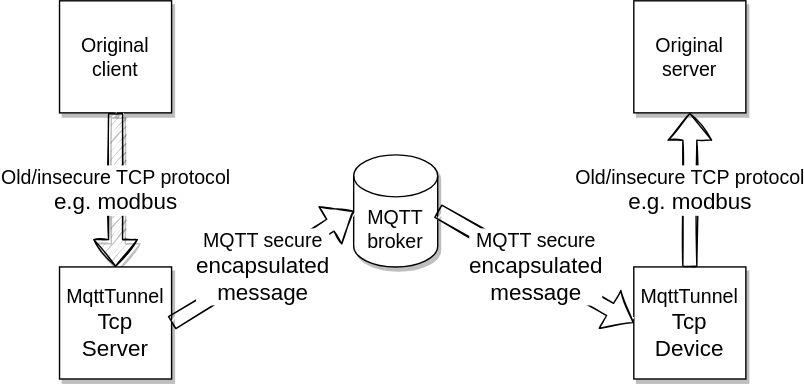
LorenzoRompianesi/mqttTunnelTcp keeps this draw.io diagram as doc/mqttTunnelTcpAfter.svg. Above is the earlier version. Source tidied: cells renumbered, new cells last; positions are measured from the earlier drawing's top-left corner, leaving out a move shared by most shapes.
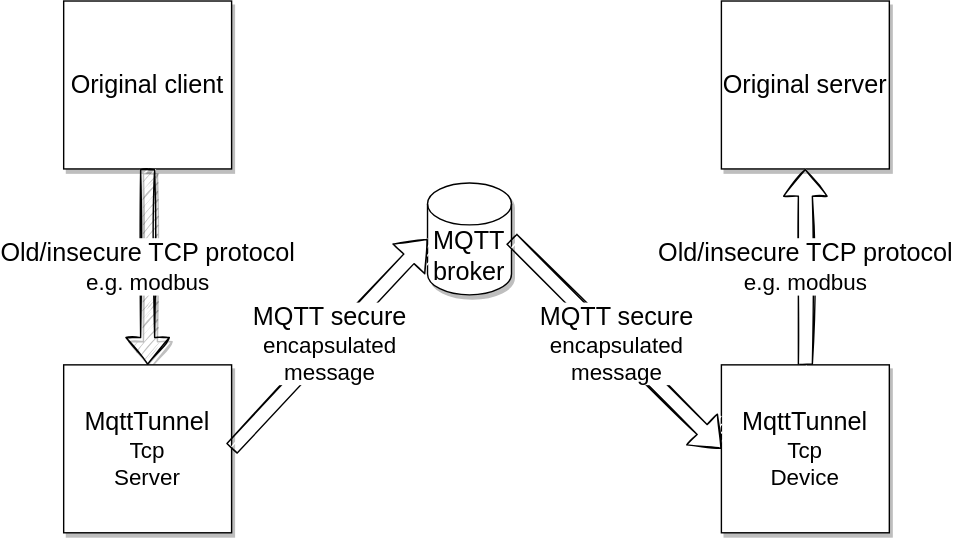
Above is the later version.

What changed in the source:
```diff
@@ -2,31 +2,31 @@
   <root>
     <mxCell id="0" />
     <mxCell id="1" parent="0" />
-    <mxCell id="2" value="&lt;div&gt;&lt;font style=&quot;font-size: 14px&quot;&gt;Original client&lt;/font&gt;&lt;/div&gt;" style="whiteSpace=wrap;html=1;shadow=1;" parent="1" vertex="1">
-      <mxGeometry width="80" height="80" as="geometry" />
+    <mxCell id="2" value="&lt;div&gt;&lt;font style=&quot;font-size: 18px&quot;&gt;Original client&lt;/font&gt;&lt;/div&gt;" style="whiteSpace=wrap;html=1;shadow=1;" parent="1" vertex="1">
+      <mxGeometry x="10" width="120" height="120" as="geometry" />
     </mxCell>
-    <mxCell id="3" value="&lt;font style=&quot;font-size: 14px&quot;&gt;Original server&lt;/font&gt;" style="whiteSpace=wrap;html=1;shadow=1;" parent="1" vertex="1">
-      <mxGeometry x="410" width="80" height="80" as="geometry" />
+    <mxCell id="3" value="&lt;font style=&quot;font-size: 18px&quot;&gt;Original server&lt;/font&gt;" style="whiteSpace=wrap;html=1;shadow=1;" parent="1" vertex="1">
+      <mxGeometry x="480" width="120" height="120" as="geometry" />
     </mxCell>
-    <mxCell id="4" value="&lt;div&gt;&lt;font style=&quot;font-size: 14px&quot;&gt;Old/insecure TCP protocol&lt;/font&gt;&lt;/div&gt;&lt;div&gt;&lt;font size=&quot;3&quot;&gt;e.g. modbus&lt;/font&gt;&lt;/div&gt;" style="endArrow=classic;html=1;rounded=0;shape=flexArrow;exitX=0.5;exitY=1;exitDx=0;exitDy=0;shadow=1;sketch=1;fillColor=#FFFFFF;" parent="1" edge="1" source="2" target="6">
+    <mxCell id="4" value="&lt;div&gt;&lt;font style=&quot;font-size: 18px&quot;&gt;Old/insecure TCP protocol&lt;/font&gt;&lt;/div&gt;&lt;div&gt;&lt;font size=&quot;3&quot;&gt;e.g. modbus&lt;/font&gt;&lt;/div&gt;" style="endArrow=classic;html=1;rounded=0;shape=flexArrow;exitX=0.5;exitY=1;exitDx=0;exitDy=0;shadow=1;sketch=1;fillColor=#FFFFFF;" parent="1" edge="1" source="2" target="6">
       <mxGeometry relative="1" as="geometry" />
     </mxCell>
-    <mxCell id="5" value="&lt;font style=&quot;font-size: 14px&quot;&gt;MQTT broker&lt;/font&gt;" style="shape=cylinder3;whiteSpace=wrap;html=1;boundedLbl=1;backgroundOutline=1;size=15;shadow=1;" parent="1" vertex="1">
-      <mxGeometry x="210" y="110" width="60" height="80" as="geometry" />
+    <mxCell id="5" value="&lt;font style=&quot;font-size: 18px&quot;&gt;MQTT broker&lt;/font&gt;" style="shape=cylinder3;whiteSpace=wrap;html=1;boundedLbl=1;backgroundOutline=1;size=15;shadow=1;" parent="1" vertex="1">
+      <mxGeometry x="270" y="130" width="60" height="80" as="geometry" />
     </mxCell>
-    <mxCell id="6" value="&lt;div&gt;&lt;font style=&quot;font-size: 14px&quot;&gt;MqttTunnel&lt;/font&gt;&lt;/div&gt;&lt;div&gt;&lt;font size=&quot;3&quot;&gt;Tcp&lt;/font&gt;&lt;/div&gt;&lt;div&gt;&lt;font size=&quot;3&quot;&gt;Server&lt;/font&gt;&lt;/div&gt;" style="whiteSpace=wrap;html=1;shadow=1;" parent="1" vertex="1">
-      <mxGeometry y="190" width="80" height="80" as="geometry" />
+    <mxCell id="6" value="&lt;div&gt;&lt;font style=&quot;font-size: 18px&quot;&gt;MqttTunnel&lt;/font&gt;&lt;/div&gt;&lt;div&gt;&lt;font size=&quot;3&quot;&gt;Tcp&lt;/font&gt;&lt;/div&gt;&lt;div&gt;&lt;font size=&quot;3&quot;&gt;Server&lt;/font&gt;&lt;/div&gt;" style="whiteSpace=wrap;html=1;shadow=1;" parent="1" vertex="1">
+      <mxGeometry x="10" y="260" width="120" height="120" as="geometry" />
     </mxCell>
-    <mxCell id="7" value="&lt;div&gt;&lt;font style=&quot;font-size: 14px&quot;&gt;MQTT secure&lt;br&gt;&lt;/font&gt;&lt;/div&gt;&lt;div&gt;&lt;font size=&quot;3&quot;&gt;encapsulated&lt;/font&gt;&lt;/div&gt;&lt;div&gt;&lt;font size=&quot;3&quot;&gt;message&lt;/font&gt;&lt;br&gt;&lt;/div&gt;" style="endArrow=classic;html=1;rounded=0;shape=flexArrow;exitX=1;exitY=0.5;exitDx=0;exitDy=0;entryX=0;entryY=0.5;entryDx=0;entryDy=0;entryPerimeter=0;fillColor=#FFFFFF;sketch=1;" parent="1" edge="1" source="6" target="5">
+    <mxCell id="7" value="&lt;div&gt;&lt;font style=&quot;font-size: 18px&quot;&gt;MQTT secure&lt;br&gt;&lt;/font&gt;&lt;/div&gt;&lt;div&gt;&lt;font size=&quot;3&quot;&gt;encapsulated&lt;/font&gt;&lt;/div&gt;&lt;div&gt;&lt;font size=&quot;3&quot;&gt;message&lt;/font&gt;&lt;br&gt;&lt;/div&gt;" style="endArrow=classic;html=1;rounded=0;shape=flexArrow;exitX=1;exitY=0.5;exitDx=0;exitDy=0;entryX=0;entryY=0.5;entryDx=0;entryDy=0;entryPerimeter=0;fillColor=#FFFFFF;sketch=1;" parent="1" edge="1" source="6" target="5">
       <mxGeometry relative="1" as="geometry" />
     </mxCell>
-    <mxCell id="8" value="&lt;div&gt;&lt;font style=&quot;font-size: 14px&quot;&gt;MqttTunnel&lt;/font&gt;&lt;/div&gt;&lt;div&gt;&lt;font size=&quot;3&quot;&gt;Tcp&lt;/font&gt;&lt;/div&gt;&lt;div&gt;&lt;font size=&quot;3&quot;&gt;Device&lt;/font&gt;&lt;br&gt;&lt;/div&gt;" style="whiteSpace=wrap;html=1;shadow=1;" parent="1" vertex="1">
-      <mxGeometry x="410" y="190" width="80" height="80" as="geometry" />
+    <mxCell id="8" value="&lt;div&gt;&lt;font style=&quot;font-size: 18px&quot;&gt;MqttTunnel&lt;/font&gt;&lt;/div&gt;&lt;div&gt;&lt;font size=&quot;3&quot;&gt;Tcp&lt;/font&gt;&lt;/div&gt;&lt;div&gt;&lt;font size=&quot;3&quot;&gt;Device&lt;/font&gt;&lt;br&gt;&lt;/div&gt;" style="whiteSpace=wrap;html=1;shadow=1;" parent="1" vertex="1">
+      <mxGeometry x="480" y="260" width="120" height="120" as="geometry" />
     </mxCell>
-    <mxCell id="9" value="&lt;div&gt;&lt;font style=&quot;font-size: 14px&quot;&gt;MQTT secure&lt;br&gt;&lt;/font&gt;&lt;/div&gt;&lt;div&gt;&lt;font size=&quot;3&quot;&gt;encapsulated&lt;/font&gt;&lt;/div&gt;&lt;div&gt;&lt;font size=&quot;3&quot;&gt;message&lt;/font&gt;&lt;br&gt;&lt;/div&gt;" style="endArrow=classic;html=1;rounded=0;shape=flexArrow;exitX=1;exitY=0.5;exitDx=0;exitDy=0;entryX=0;entryY=0.5;entryDx=0;entryDy=0;exitPerimeter=0;fillColor=#FFFFFF;sketch=1;" parent="1" edge="1" source="5" target="8">
+    <mxCell id="9" value="&lt;div&gt;&lt;font style=&quot;font-size: 18px&quot;&gt;MQTT secure&lt;br&gt;&lt;/font&gt;&lt;/div&gt;&lt;div&gt;&lt;font size=&quot;3&quot;&gt;encapsulated&lt;/font&gt;&lt;/div&gt;&lt;div&gt;&lt;font size=&quot;3&quot;&gt;message&lt;/font&gt;&lt;br&gt;&lt;/div&gt;" style="endArrow=classic;html=1;rounded=0;shape=flexArrow;exitX=1;exitY=0.5;exitDx=0;exitDy=0;entryX=0;entryY=0.5;entryDx=0;entryDy=0;exitPerimeter=0;fillColor=#FFFFFF;sketch=1;" parent="1" edge="1" source="5" target="8">
       <mxGeometry relative="1" as="geometry" />
     </mxCell>
-    <mxCell id="10" value="&lt;div&gt;&lt;font style=&quot;font-size: 14px&quot;&gt;Old/insecure TCP protocol&lt;/font&gt;&lt;/div&gt;&lt;div&gt;&lt;font size=&quot;3&quot;&gt;e.g. modbus&lt;/font&gt;&lt;/div&gt;" style="endArrow=classic;html=1;rounded=0;shape=flexArrow;exitX=0.5;exitY=0;exitDx=0;exitDy=0;entryX=0.5;entryY=1;entryDx=0;entryDy=0;fillColor=#FFFFFF;sketch=1;" parent="1" edge="1" source="8" target="3">
+    <mxCell id="10" value="&lt;div&gt;&lt;font style=&quot;font-size: 18px&quot;&gt;Old/insecure TCP protocol&lt;/font&gt;&lt;/div&gt;&lt;div&gt;&lt;font size=&quot;3&quot;&gt;e.g. modbus&lt;/font&gt;&lt;/div&gt;" style="endArrow=classic;html=1;rounded=0;shape=flexArrow;exitX=0.5;exitY=0;exitDx=0;exitDy=0;entryX=0.5;entryY=1;entryDx=0;entryDy=0;fillColor=#FFFFFF;sketch=1;" parent="1" edge="1" source="8" target="3">
       <mxGeometry relative="1" as="geometry" />
     </mxCell>
   </root>
```
